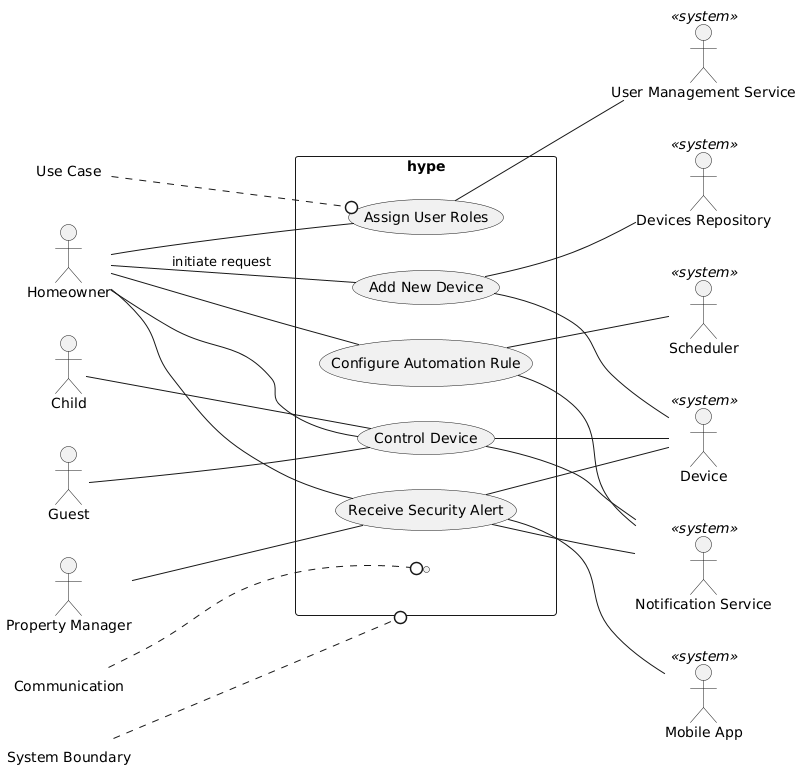
srinath-ramachandran/hype keeps this PlantUML diagram as images/UseCaseDiagram.png. Above is the earlier version.
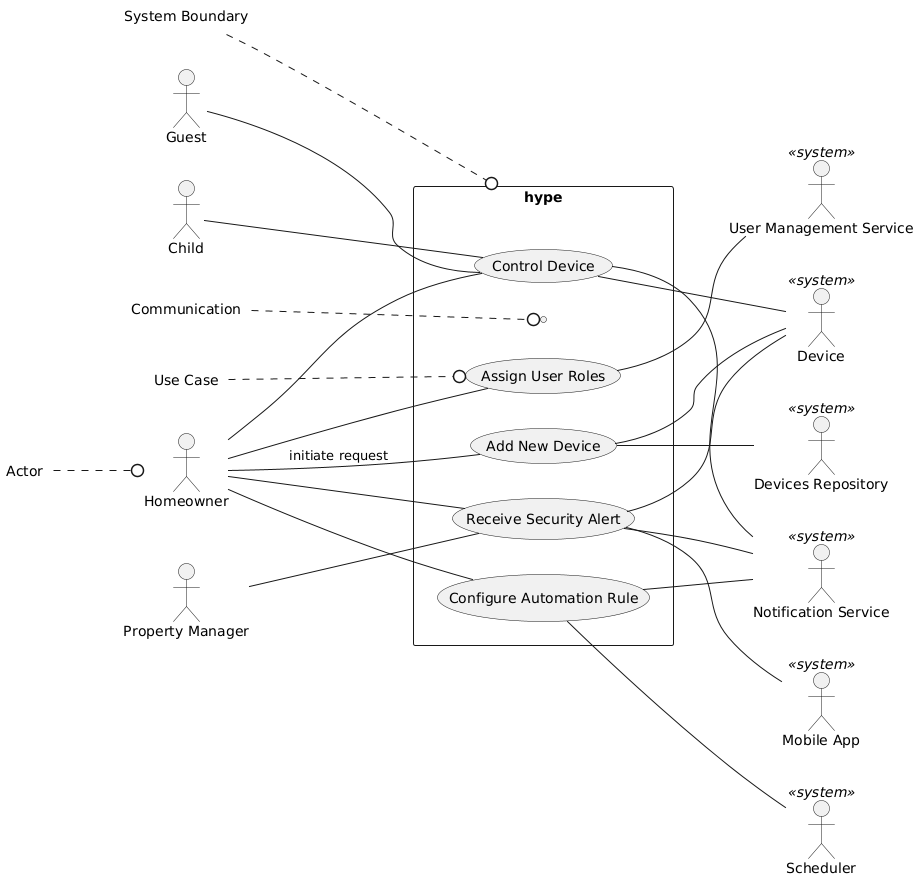
After the commit.

Commit message:
Add missing actor notation to UC diagram

Change to the diagram source:
```diff
@@ -52,4 +52,6 @@
 SB ..0 "hype"
 label "Communication" as Comms
 Comms ..0 ( )
+label "Actor" as act
+act ..0 Homeowner
 @enduml
```
